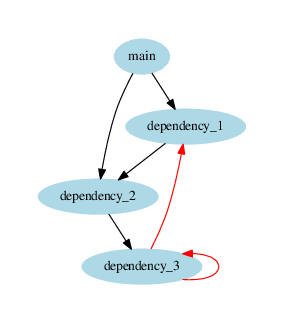
This is readme_figures/readme_fig6.png from KaeroDot/mDepGen, a Graphviz export, as it was before one commit. Its source is kept beside it as readme_figures/readme_fig6.dot.
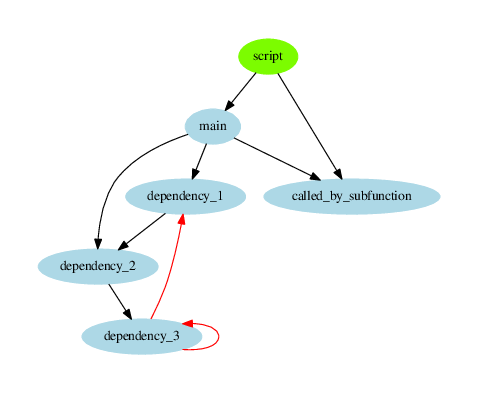
After the commit.

Change to the diagram source:
```diff
@@ -2,15 +2,20 @@
 digraph dep {
 node [shape = oval];
 /* start of shape definitions */
+"script" [color=lawngreen, style=filled];
 "main" [color=lightblue, style=filled];
 "dependency_1" [color=lightblue, style=filled];
 "dependency_2" [color=lightblue, style=filled];
 "dependency_3" [color=lightblue, style=filled];
+"called_by_subfunction" [color=lightblue, style=filled];
 /* end of shape definitions */
+"script" -> "main" ;
 "main" -> "dependency_1" ;
 "dependency_1" -> "dependency_2" ;
 "dependency_2" -> "dependency_3" ;
 "dependency_3" -> "dependency_1"  [color=red];
 "dependency_3" -> "dependency_3"  [color=red dir=back];
 "main" -> "dependency_2" ;
+"main" -> "called_by_subfunction" ;
+"script" -> "called_by_subfunction" ;
 }
```
